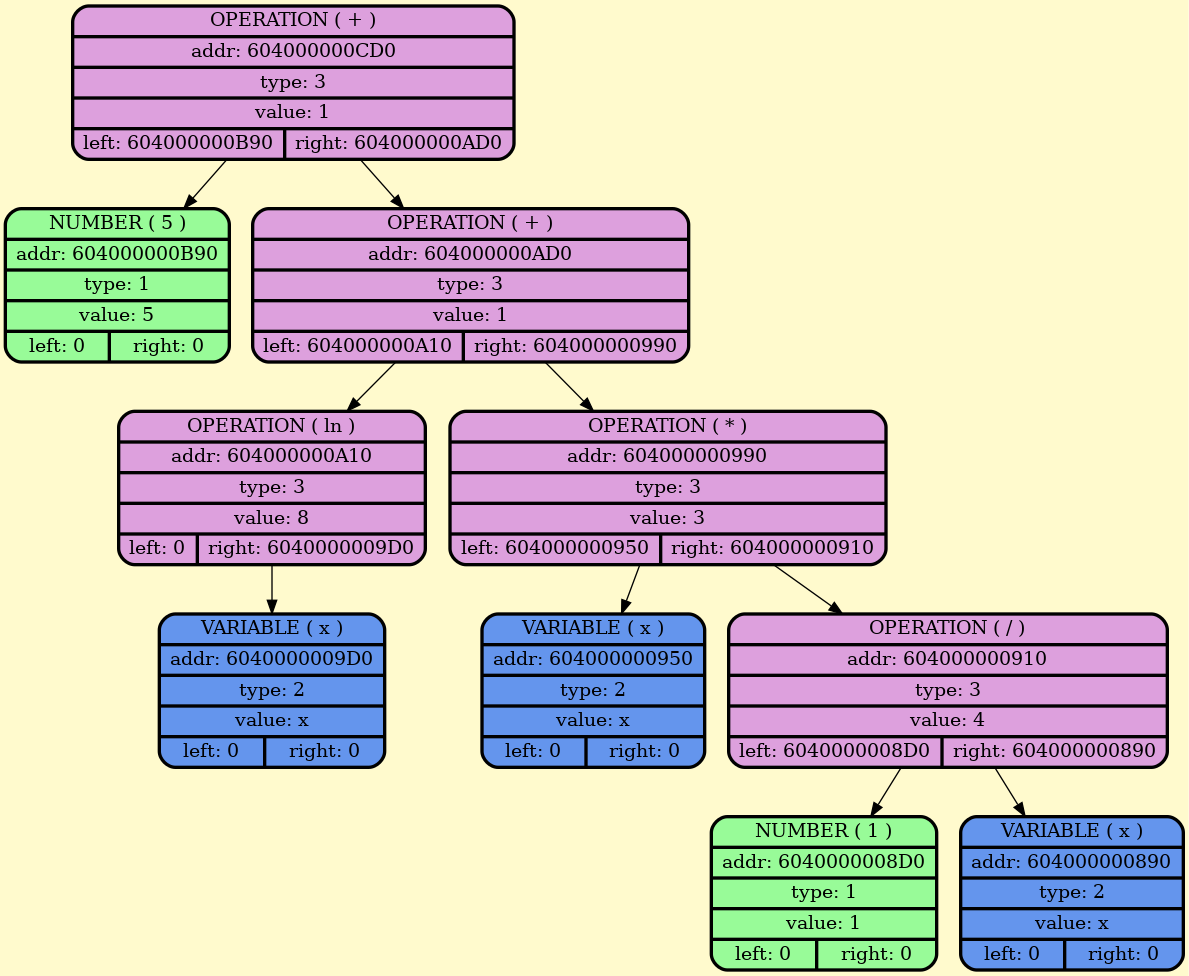
The Graphviz diagram dumpGraph/derivSimpl.png in BulgakovDmitry/differentiator, before a commit. Its source is kept beside it as dumpGraph/derivSimpl.gv.
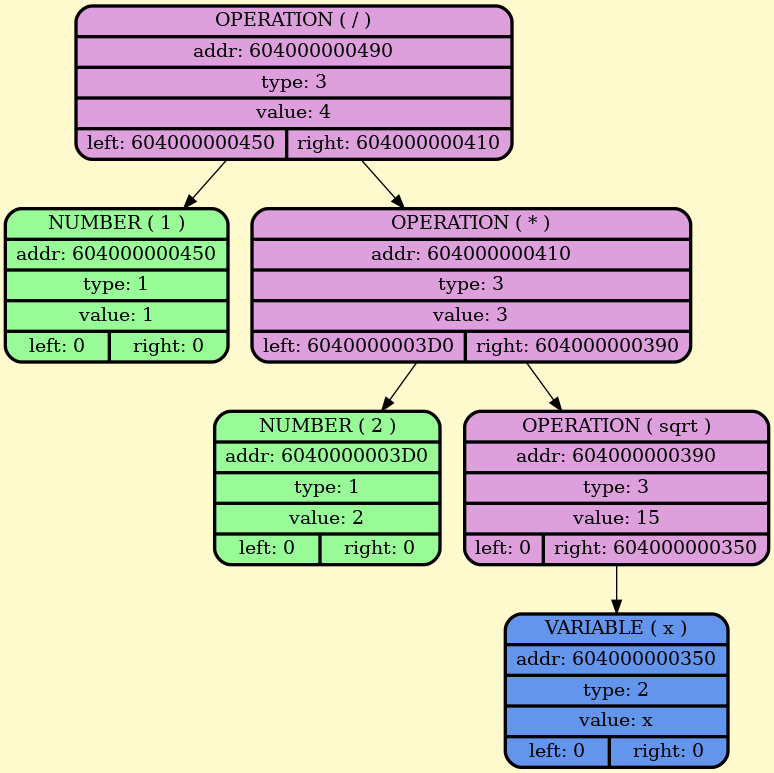
Above is the later version.

Diff of the diagram source:
```diff
@@ -2,23 +2,15 @@
     node [style=filled, fontcolor=darkblue, fillcolor=peachpuff, color="#252A34", penwidth=2.5];
     bgcolor="lemonchiffon";
 
-node_0x604000000cd0 [shape=Mrecord; style = filled; fillcolor=plum; color = "#000000"; fontcolor = "#000000";label=" {OPERATION ( + ) | addr: 604000000CD0 | type: 3 | value: 1 | {left: 604000000B90 | right: 604000000AD0}} "];
-    node_0x604000000b90 [shape=Mrecord; style = filled; fillcolor = palegreen; color = "#000000"; fontcolor = "#000000";  label="  {NUMBER ( 5 )| addr: 604000000B90 | type: 1| value: 5 | {left: 0 | right: 0}} "];
-node_0x604000000ad0 [shape=Mrecord; style = filled; fillcolor=plum; color = "#000000"; fontcolor = "#000000";label=" {OPERATION ( + ) | addr: 604000000AD0 | type: 3 | value: 1 | {left: 604000000A10 | right: 604000000990}} "];
-node_0x604000000a10 [shape=Mrecord; style = filled; fillcolor=plum; color = "#000000"; fontcolor = "#000000";label=" {OPERATION ( ln ) | addr: 604000000A10 | type: 3 | value: 8 | {left: 0 | right: 6040000009D0}} "];
-    node_0x6040000009d0 [shape=Mrecord; style = filled; fillcolor = cornflowerblue; color = "#000000"; fontcolor = "#000000";  label="  {VARIABLE ( x )| addr: 6040000009D0 | type: 2| value: x | {left: 0 | right: 0}} "];
-node_0x604000000990 [shape=Mrecord; style = filled; fillcolor=plum; color = "#000000"; fontcolor = "#000000";label=" {OPERATION ( * ) | addr: 604000000990 | type: 3 | value: 3 | {left: 604000000950 | right: 604000000910}} "];
-    node_0x604000000950 [shape=Mrecord; style = filled; fillcolor = cornflowerblue; color = "#000000"; fontcolor = "#000000";  label="  {VARIABLE ( x )| addr: 604000000950 | type: 2| value: x | {left: 0 | right: 0}} "];
-node_0x604000000910 [shape=Mrecord; style = filled; fillcolor=plum; color = "#000000"; fontcolor = "#000000";label=" {OPERATION ( / ) | addr: 604000000910 | type: 3 | value: 4 | {left: 6040000008D0 | right: 604000000890}} "];
-    node_0x6040000008d0 [shape=Mrecord; style = filled; fillcolor = palegreen; color = "#000000"; fontcolor = "#000000";  label="  {NUMBER ( 1 )| addr: 6040000008D0 | type: 1| value: 1 | {left: 0 | right: 0}} "];
-    node_0x604000000890 [shape=Mrecord; style = filled; fillcolor = cornflowerblue; color = "#000000"; fontcolor = "#000000";  label="  {VARIABLE ( x )| addr: 604000000890 | type: 2| value: x | {left: 0 | right: 0}} "];
-    node_0x604000000cd0 -> node_0x604000000b90;
-    node_0x604000000cd0 -> node_0x604000000ad0;
-    node_0x604000000ad0 -> node_0x604000000a10;
-    node_0x604000000a10 -> node_0x6040000009d0;
-    node_0x604000000ad0 -> node_0x604000000990;
-    node_0x604000000990 -> node_0x604000000950;
-    node_0x604000000990 -> node_0x604000000910;
-    node_0x604000000910 -> node_0x6040000008d0;
-    node_0x604000000910 -> node_0x604000000890;
+node_0x604000000490 [shape=Mrecord; style = filled; fillcolor=plum; color = "#000000"; fontcolor = "#000000";label=" {OPERATION ( / ) | addr: 604000000490 | type: 3 | value: 4 | {left: 604000000450 | right: 604000000410}} "];
+    node_0x604000000450 [shape=Mrecord; style = filled; fillcolor = palegreen; color = "#000000"; fontcolor = "#000000";  label="  {NUMBER ( 1 )| addr: 604000000450 | type: 1| value: 1 | {left: 0 | right: 0}} "];
+node_0x604000000410 [shape=Mrecord; style = filled; fillcolor=plum; color = "#000000"; fontcolor = "#000000";label=" {OPERATION ( * ) | addr: 604000000410 | type: 3 | value: 3 | {left: 6040000003D0 | right: 604000000390}} "];
+    node_0x6040000003d0 [shape=Mrecord; style = filled; fillcolor = palegreen; color = "#000000"; fontcolor = "#000000";  label="  {NUMBER ( 2 )| addr: 6040000003D0 | type: 1| value: 2 | {left: 0 | right: 0}} "];
+node_0x604000000390 [shape=Mrecord; style = filled; fillcolor=plum; color = "#000000"; fontcolor = "#000000";label=" {OPERATION ( sqrt ) | addr: 604000000390 | type: 3 | value: 15 | {left: 0 | right: 604000000350}} "];
+    node_0x604000000350 [shape=Mrecord; style = filled; fillcolor = cornflowerblue; color = "#000000"; fontcolor = "#000000";  label="  {VARIABLE ( x )| addr: 604000000350 | type: 2| value: x | {left: 0 | right: 0}} "];
+    node_0x604000000490 -> node_0x604000000450;
+    node_0x604000000490 -> node_0x604000000410;
+    node_0x604000000410 -> node_0x6040000003d0;
+    node_0x604000000410 -> node_0x604000000390;
+    node_0x604000000390 -> node_0x604000000350;
 }
```
